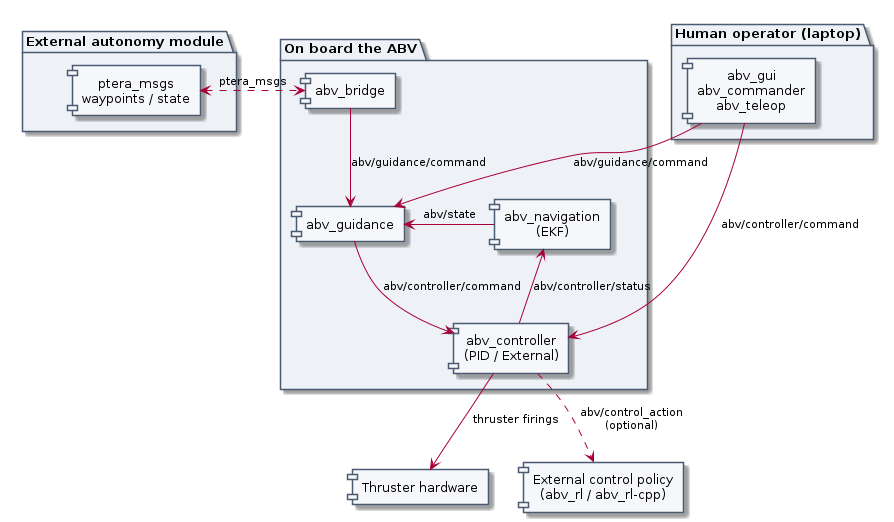
Above: docs/source/_static/architecture.png in samlovelace/abv_gnc (PlantUML), before the change. The source it was exported from:
```plantuml
@startuml architecture
skinparam backgroundColor transparent
skinparam componentStyle rectangle
skinparam defaultTextAlignment center
skinparam wrapWidth 200
skinparam component {
  BackgroundColor #f5f7fa
  BorderColor #4a5a70
  FontSize 13
}
skinparam package {
  BackgroundColor #eef2f7
  BorderColor #4a5a70
  FontSize 13
}
skinparam arrow {
  FontSize 11
}

package "Human operator (laptop)" as human_pkg {
  component "abv_gui\nabv_commander\nabv_teleop" as human
}

package "External autonomy module" as auto_pkg {
  component "ptera_msgs\nwaypoints / state" as autonomy
}

package "On board the ABV" as onboard {
  component "abv_bridge" as bridge
  component "abv_guidance" as gdnc
  component "abv_navigation\n(EKF)" as nav
  component "abv_controller\n(PID / External)" as ctrl
}

component "Thruster hardware" as hw
component "External control policy\n(abv_rl / abv_rl-cpp)" as rl

human -down-> gdnc : abv/guidance/command
human -down-> ctrl : abv/controller/command

autonomy <.right.> bridge : ptera_msgs
bridge -down-> gdnc : abv/guidance/command

gdnc -right-> ctrl : abv/controller/command
ctrl -up-> nav : abv/controller/status
nav -left-> gdnc : abv/state

ctrl -down-> hw : thruster firings
ctrl .down.> rl : abv/control_action\n(optional)

@enduml
```
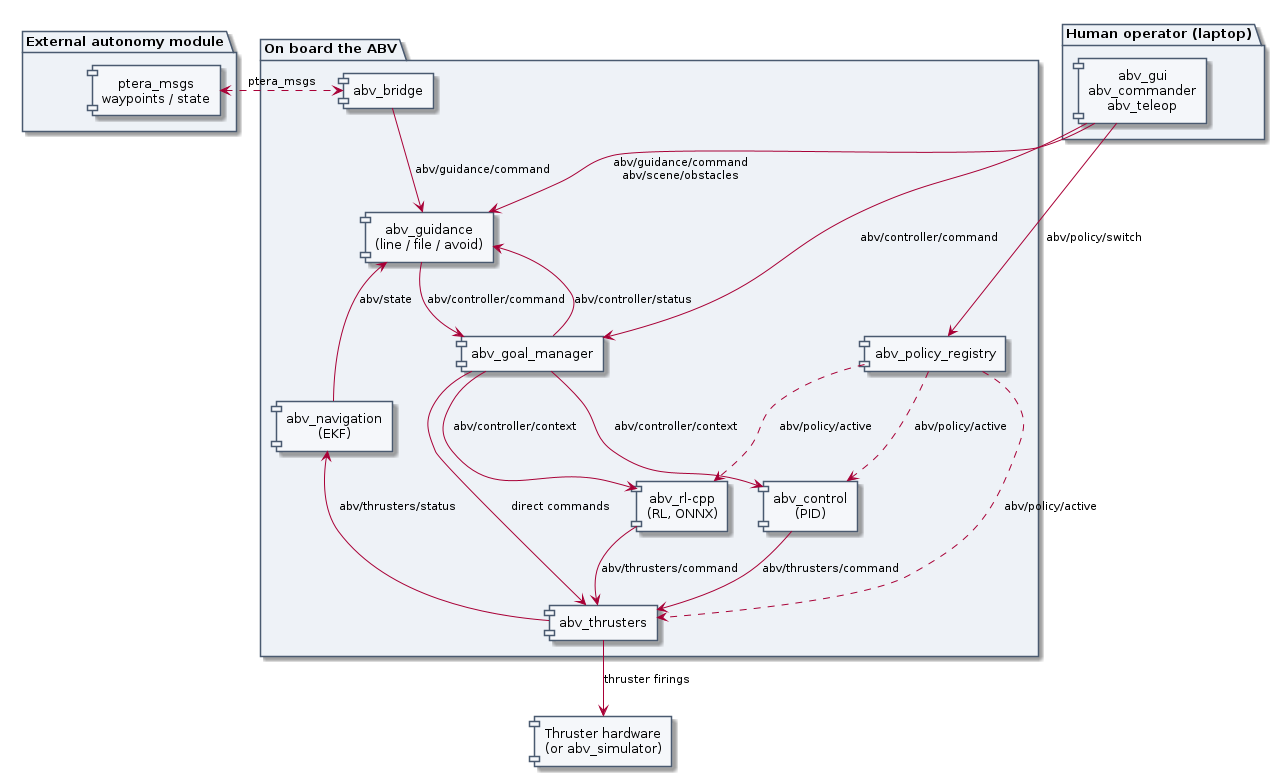
Later version of the same file.

What changed in the source:
```diff
@@ -27,25 +27,37 @@
 
 package "On board the ABV" as onboard {
   component "abv_bridge" as bridge
-  component "abv_guidance" as gdnc
+  component "abv_guidance\n(line / file / avoid)" as gdnc
   component "abv_navigation\n(EKF)" as nav
-  component "abv_controller\n(PID / External)" as ctrl
+  component "abv_goal_manager" as gm
+  component "abv_control\n(PID)" as ctrl
+  component "abv_rl-cpp\n(RL, ONNX)" as rl
+  component "abv_policy_registry" as reg
+  component "abv_thrusters" as thr
 }
 
-component "Thruster hardware" as hw
-component "External control policy\n(abv_rl / abv_rl-cpp)" as rl
+component "Thruster hardware\n(or abv_simulator)" as hw
 
-human -down-> gdnc : abv/guidance/command
-human -down-> ctrl : abv/controller/command
+human -down-> gdnc : abv/guidance/command\nabv/scene/obstacles
+human -down-> gm : abv/controller/command
+human -down-> reg : abv/policy/switch
 
 autonomy <.right.> bridge : ptera_msgs
 bridge -down-> gdnc : abv/guidance/command
 
-gdnc -right-> ctrl : abv/controller/command
-ctrl -up-> nav : abv/controller/status
-nav -left-> gdnc : abv/state
+gdnc -down-> gm : abv/controller/command
+gm -up-> gdnc : abv/controller/status
+gm -down-> ctrl : abv/controller/context
+gm -down-> rl : abv/controller/context
+reg .down.> ctrl : abv/policy/active
+reg .down.> rl : abv/policy/active
+reg .down.> thr : abv/policy/active
+ctrl -down-> thr : abv/thrusters/command
+rl -down-> thr : abv/thrusters/command
+gm -down-> thr : direct commands
 
-ctrl -down-> hw : thruster firings
-ctrl .down.> rl : abv/control_action\n(optional)
+thr -down-> hw : thruster firings
+thr -up-> nav : abv/thrusters/status
+nav -up-> gdnc : abv/state
 
 @enduml
```
